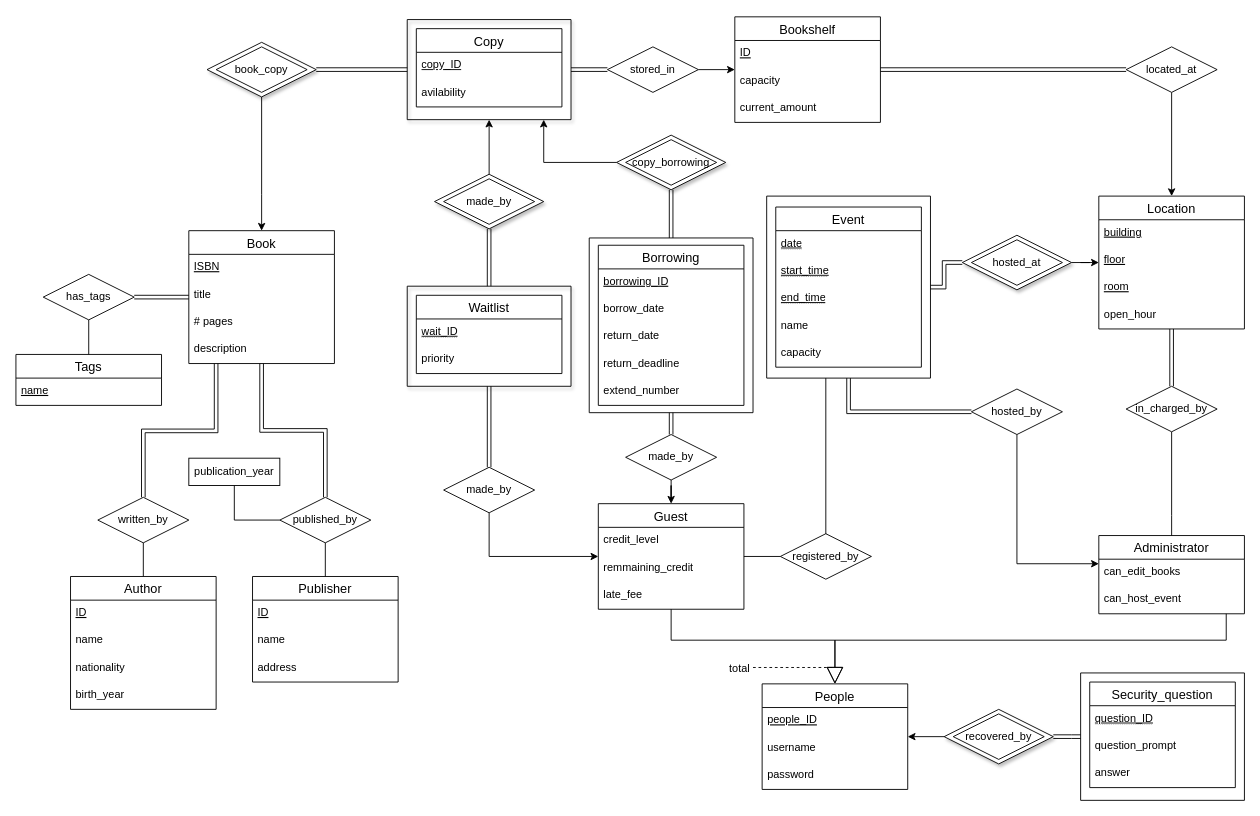
The draw.io diagram schema/er_diagram/ER_diagram_draft.drawio in Kassaking7/eLibraryManagementSystem, before the edit. Source tidied: cells renumbered, new cells numbered last; positions are measured from the earlier drawing's top-left corner, leaving out a move shared by most shapes. Both pictures are drawn from the tidied source at 91%, with x=0, y=0 at pixel (15, 16).
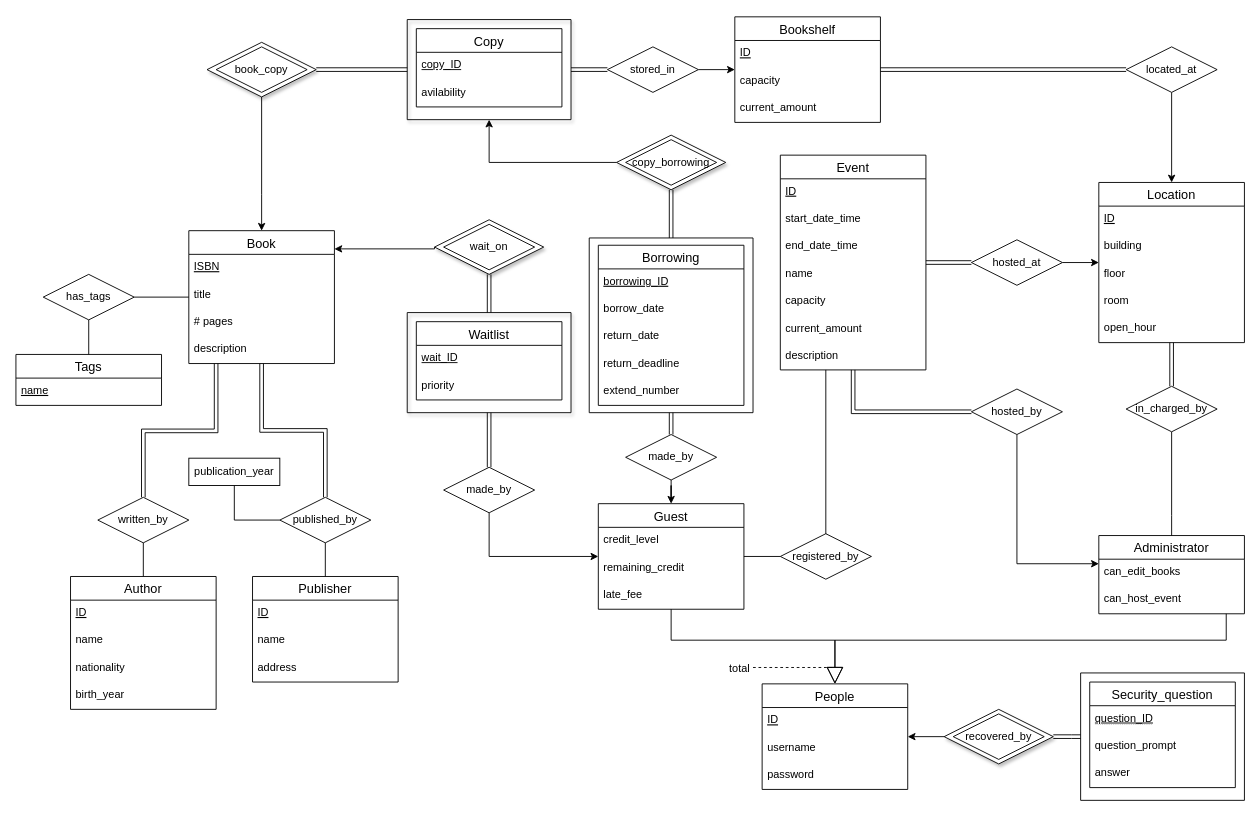
Above is the later version.

Unchanged cells that the change refers to:
```xml
<mxCell id="3" style="rhombus;whiteSpace=wrap;html=1;shadow=1;" parent="1" vertex="1">
  <mxGeometry x="660" y="130" width="120" height="60" as="geometry" />
</mxCell>
<mxCell id="4" value="Book" style="swimlane;fontStyle=0;horizontal=1;startSize=26;align=center;fontSize=14;" parent="1" vertex="1">
  <mxGeometry x="190" y="235" width="160" height="146" as="geometry" />
</mxCell>
<mxCell id="37" value="Guest" style="swimlane;fontStyle=0;horizontal=1;startSize=26;align=center;fontSize=14;" parent="1" vertex="1">
  <mxGeometry x="640" y="535" width="160" height="116" as="geometry" />
</mxCell>
<mxCell id="41" value="People" style="swimlane;fontStyle=0;horizontal=1;startSize=26;align=center;fontSize=14;" parent="1" vertex="1">
  <mxGeometry x="820" y="733" width="160" height="116" as="geometry" />
</mxCell>
<mxCell id="66" value="has_tags" style="rhombus;whiteSpace=wrap;html=1;" parent="1" vertex="1">
  <mxGeometry x="30" y="283" width="100" height="50" as="geometry" />
</mxCell>
<mxCell id="72" style="swimlane;startSize=0;shadow=1;" parent="1" vertex="1">
  <mxGeometry x="430" y="3" width="180" height="110" as="geometry" />
</mxCell>
<mxCell id="92" value="hosted_at" style="rhombus;whiteSpace=wrap;html=1;" parent="1" vertex="1">
  <mxGeometry x="1050" y="245" width="100" height="50" as="geometry" />
</mxCell>
<mxCell id="95" value="hosted_by" style="rhombus;whiteSpace=wrap;html=1;" parent="1" vertex="1">
  <mxGeometry x="1050" y="409" width="100" height="50" as="geometry" />
</mxCell>
<mxCell id="98" value="registered_by" style="rhombus;whiteSpace=wrap;html=1;" parent="1" vertex="1">
  <mxGeometry x="840" y="568" width="100" height="50" as="geometry" />
</mxCell>
```

What changed in the source:
```diff
@@
     <mxCell id="2" style="rhombus;whiteSpace=wrap;html=1;shadow=1;" parent="1" vertex="1">
-      <mxGeometry x="460" y="173" width="120" height="60" as="geometry" />
+      <mxGeometry x="460" y="223" width="120" height="60" as="geometry" />
     </mxCell>
@@
     <mxCell id="13" value="Location" style="swimlane;fontStyle=0;horizontal=1;startSize=26;align=center;fontSize=14;" parent="1" vertex="1">
-      <mxGeometry x="1190" y="197" width="160" height="146" as="geometry" />
+      <mxGeometry x="1190" y="182" width="160" height="176" as="geometry" />
     </mxCell>
-    <mxCell id="14" value="building" style="text;strokeColor=none;fillColor=none;spacingLeft=4;spacingRight=4;overflow=hidden;fontSize=12;fontStyle=4;" parent="13" vertex="1">
+    <mxCell id="14" value="ID" style="text;strokeColor=none;fillColor=none;spacingLeft=4;spacingRight=4;overflow=hidden;fontSize=12;fontStyle=4;" parent="13" vertex="1">
       <mxGeometry y="26" width="160" height="30" as="geometry" />
     </mxCell>
+    <mxCell id="121" value="building" style="text;strokeColor=none;fillColor=none;spacingLeft=4;spacingRight=4;overflow=hidden;fontSize=12;fontStyle=0;" parent="13" vertex="1">
+      <mxGeometry y="56" width="160" height="30" as="geometry" />
+    </mxCell>
-    <mxCell id="15" value="floor" style="text;strokeColor=none;fillColor=none;spacingLeft=4;spacingRight=4;overflow=hidden;fontSize=12;fontStyle=4;" parent="13" vertex="1">
-      <mxGeometry y="56" width="160" height="30" as="geometry" />
+    <mxCell id="15" value="floor" style="text;strokeColor=none;fillColor=none;spacingLeft=4;spacingRight=4;overflow=hidden;fontSize=12;fontStyle=0;" parent="13" vertex="1">
+      <mxGeometry y="86" width="160" height="30" as="geometry" />
     </mxCell>
-    <mxCell id="16" value="room" style="text;strokeColor=none;fillColor=none;spacingLeft=4;spacingRight=4;overflow=hidden;fontSize=12;fontStyle=4;" parent="13" vertex="1">
-      <mxGeometry y="86" width="160" height="30" as="geometry" />
+    <mxCell id="16" value="room" style="text;strokeColor=none;fillColor=none;spacingLeft=4;spacingRight=4;overflow=hidden;fontSize=12;fontStyle=0;" parent="13" vertex="1">
+      <mxGeometry y="116" width="160" height="30" as="geometry" />
     </mxCell>
     <mxCell id="17" value="open_hour" style="text;strokeColor=none;fillColor=none;spacingLeft=4;spacingRight=4;overflow=hidden;fontSize=12;fontStyle=0;" parent="13" vertex="1">
-      <mxGeometry y="116" width="160" height="30" as="geometry" />
+      <mxGeometry y="146" width="160" height="30" as="geometry" />
     </mxCell>
@@
-    <mxCell id="39" value="remmaining_credit" style="text;strokeColor=none;fillColor=none;spacingLeft=4;spacingRight=4;overflow=hidden;fontSize=12;" parent="37" vertex="1">
+    <mxCell id="39" value="remaining_credit" style="text;strokeColor=none;fillColor=none;spacingLeft=4;spacingRight=4;overflow=hidden;fontSize=12;" parent="37" vertex="1">
       <mxGeometry y="56" width="160" height="30" as="geometry" />
     </mxCell>
@@
-    <mxCell id="42" value="people_ID" style="text;strokeColor=none;fillColor=none;spacingLeft=4;spacingRight=4;overflow=hidden;fontSize=12;fontStyle=4;" parent="41" vertex="1">
+    <mxCell id="42" value="ID" style="text;strokeColor=none;fillColor=none;spacingLeft=4;spacingRight=4;overflow=hidden;fontSize=12;fontStyle=4;" parent="41" vertex="1">
       <mxGeometry y="26" width="160" height="30" as="geometry" />
     </mxCell>
@@
     <mxCell id="63" style="endArrow=none;html=1;rounded=0;edgeStyle=orthogonalEdgeStyle;startArrow=classic;startFill=1;" parent="1" edge="1" source="72" target="3">
       <mxGeometry relative="1" as="geometry">
         <Array as="points">
-          <mxPoint x="580" y="160" />
+          <mxPoint x="520" y="160" />
         </Array>
       </mxGeometry>
     </mxCell>
@@
-    <mxCell id="67" style="endArrow=none;html=1;rounded=0;shape=link;edgeStyle=orthogonalEdgeStyle;" parent="1" edge="1" source="4" target="66">
+    <mxCell id="67" style="endArrow=none;html=1;rounded=0;edgeStyle=orthogonalEdgeStyle;" parent="1" edge="1" source="4" target="66">
       <mxGeometry relative="1" as="geometry" />
     </mxCell>
@@
-    <mxCell id="82" style="swimlane;startSize=0;" parent="1" vertex="1">
-      <mxGeometry x="825" y="197" width="180" height="200" as="geometry" />
-    </mxCell>
-    <mxCell id="83" value="Event" style="swimlane;fontStyle=0;horizontal=1;startSize=26;align=center;fontSize=14;" parent="82" vertex="1">
-      <mxGeometry x="10" y="12" width="160" height="176" as="geometry" />
-    </mxCell>
-    <mxCell id="84" value="&lt;u style=&quot;text-decoration:underline dotted;text-underline-position:under&quot;&gt;date&lt;/u&gt;" style="text;strokeColor=none;fillColor=none;spacingLeft=4;spacingRight=4;overflow=hidden;fontSize=12;fontStyle=4;html=1;" parent="83" vertex="1">
-      <mxGeometry y="26" width="160" height="30" as="geometry" />
-    </mxCell>
-    <mxCell id="85" value="&lt;u style=&quot;text-decoration:underline dotted;text-underline-position:under&quot;&gt;start_time&lt;/u&gt;" style="text;strokeColor=none;fillColor=none;spacingLeft=4;spacingRight=4;overflow=hidden;fontSize=12;fontStyle=4;html=1;" parent="83" vertex="1">
-      <mxGeometry y="56" width="160" height="30" as="geometry" />
-    </mxCell>
-    <mxCell id="86" value="&lt;u style=&quot;text-decoration:underline dotted;text-underline-position:under&quot;&gt;end_time&lt;/u&gt;" style="text;strokeColor=none;fillColor=none;spacingLeft=4;spacingRight=4;overflow=hidden;fontSize=12;fontStyle=4;html=1;" parent="83" vertex="1">
-      <mxGeometry y="86" width="160" height="30" as="geometry" />
-    </mxCell>
-    <mxCell id="87" value="name" style="text;strokeColor=none;fillColor=none;spacingLeft=4;spacingRight=4;overflow=hidden;fontSize=12;fontStyle=0;" parent="83" vertex="1">
-      <mxGeometry y="116" width="160" height="30" as="geometry" />
-    </mxCell>
-    <mxCell id="88" value="capacity" style="text;strokeColor=none;fillColor=none;spacingLeft=4;spacingRight=4;overflow=hidden;fontSize=12;fontStyle=0;" parent="83" vertex="1">
-      <mxGeometry y="146" width="160" height="30" as="geometry" />
-    </mxCell>
-    <mxCell id="89" style="edgeStyle=orthogonalEdgeStyle;shape=link;rounded=0;jettySize=auto;html=1;exitX=0;exitY=0.5;exitDx=0;exitDy=0;endArrow=classic;endFill=1;" parent="1" edge="1" source="91" target="82">
+    <mxCell id="89" style="edgeStyle=orthogonalEdgeStyle;shape=link;rounded=0;jettySize=auto;html=1;exitX=0;exitY=0.5;exitDx=0;exitDy=0;endArrow=classic;endFill=1;" parent="1" edge="1" source="92" target="83">
       <mxGeometry relative="1" as="geometry" />
     </mxCell>
-    <mxCell id="90" style="edgeStyle=orthogonalEdgeStyle;rounded=0;jettySize=auto;html=1;endArrow=classic;endFill=1;" parent="1" edge="1" source="91" target="13">
+    <mxCell id="90" style="edgeStyle=orthogonalEdgeStyle;rounded=0;jettySize=auto;html=1;endArrow=classic;endFill=1;exitX=1;exitY=0.5;exitDx=0;exitDy=0;" parent="1" edge="1" source="92" target="13">
       <mxGeometry relative="1" as="geometry" />
     </mxCell>
-    <mxCell id="91" style="rhombus;whiteSpace=wrap;html=1;shadow=1;" parent="1" vertex="1">
-      <mxGeometry x="1040" y="240" width="120" height="60" as="geometry" />
-    </mxCell>
@@
-    <mxCell id="94" style="edgeStyle=orthogonalEdgeStyle;rounded=0;jettySize=auto;html=1;exitX=0;exitY=0.5;exitDx=0;exitDy=0;endArrow=classic;endFill=1;shape=link;" parent="1" edge="1" source="95" target="82">
+    <mxCell id="94" style="edgeStyle=orthogonalEdgeStyle;rounded=0;jettySize=auto;html=1;exitX=0;exitY=0.5;exitDx=0;exitDy=0;endArrow=classic;endFill=1;shape=link;" parent="1" edge="1" source="95" target="83">
       <mxGeometry relative="1" as="geometry" />
     </mxCell>
@@
-    <mxCell id="97" style="edgeStyle=orthogonalEdgeStyle;rounded=0;jettySize=auto;html=1;exitX=1;exitY=0.5;exitDx=0;exitDy=0;endArrow=none;endFill=0;" parent="1" edge="1" source="98" target="82">
+    <mxCell id="97" style="edgeStyle=orthogonalEdgeStyle;rounded=0;jettySize=auto;html=1;exitX=1;exitY=0.5;exitDx=0;exitDy=0;endArrow=none;endFill=0;" parent="1" edge="1" source="98" target="83">
       <mxGeometry relative="1" as="geometry">
         <Array as="points">
           <mxPoint x="890" y="593" />
         </Array>
       </mxGeometry>
     </mxCell>
@@
     <mxCell id="108" value="Waitlist" style="swimlane;fontStyle=0;horizontal=1;startSize=26;align=center;fontSize=14;" parent="1" vertex="1">
-      <mxGeometry x="440" y="306" width="160" height="86" as="geometry" />
+      <mxGeometry x="440" y="335" width="160" height="86" as="geometry" />
     </mxCell>
@@
     <mxCell id="111" style="swimlane;startSize=0;shadow=1;" parent="1" vertex="1">
-      <mxGeometry x="430" y="296" width="180" height="110" as="geometry" />
+      <mxGeometry x="430" y="325" width="180" height="110" as="geometry" />
     </mxCell>
@@
-    <mxCell id="116" style="edgeStyle=orthogonalEdgeStyle;rounded=0;jettySize=auto;html=1;" parent="1" edge="1" source="2" target="72">
-      <mxGeometry relative="1" as="geometry" />
+    <mxCell id="116" style="edgeStyle=orthogonalEdgeStyle;rounded=0;jettySize=auto;html=1;exitX=0;exitY=0.5;exitDx=0;exitDy=0;" parent="1" edge="1" source="2" target="4">
+      <mxGeometry relative="1" as="geometry">
+        <Array as="points">
+          <mxPoint x="460" y="255" />
+        </Array>
+      </mxGeometry>
     </mxCell>
-    <mxCell id="117" value="made_by" style="rhombus;whiteSpace=wrap;html=1;" parent="1" vertex="1">
-      <mxGeometry x="470" y="178" width="100" height="50" as="geometry" />
+    <mxCell id="117" value="wait_on" style="rhombus;whiteSpace=wrap;html=1;" parent="1" vertex="1">
+      <mxGeometry x="470" y="228" width="100" height="50" as="geometry" />
     </mxCell>
@@
+    <mxCell id="83" value="Event" style="swimlane;fontStyle=0;horizontal=1;startSize=26;align=center;fontSize=14;" parent="1" vertex="1">
+      <mxGeometry x="840" y="152" width="160" height="236" as="geometry" />
+    </mxCell>
+    <mxCell id="122" value="ID" style="text;strokeColor=none;fillColor=none;spacingLeft=4;spacingRight=4;overflow=hidden;fontSize=12;fontStyle=4;" parent="83" vertex="1">
+      <mxGeometry y="26" width="160" height="30" as="geometry" />
+    </mxCell>
+    <mxCell id="123" value="start_date_time" style="text;strokeColor=none;fillColor=none;spacingLeft=4;spacingRight=4;overflow=hidden;fontSize=12;fontStyle=0;" parent="83" vertex="1">
+      <mxGeometry y="56" width="160" height="30" as="geometry" />
+    </mxCell>
+    <mxCell id="124" value="end_date_time" style="text;strokeColor=none;fillColor=none;spacingLeft=4;spacingRight=4;overflow=hidden;fontSize=12;fontStyle=0;" parent="83" vertex="1">
+      <mxGeometry y="86" width="160" height="30" as="geometry" />
+    </mxCell>
+    <mxCell id="87" value="name" style="text;strokeColor=none;fillColor=none;spacingLeft=4;spacingRight=4;overflow=hidden;fontSize=12;fontStyle=0;" parent="83" vertex="1">
+      <mxGeometry y="116" width="160" height="30" as="geometry" />
+    </mxCell>
+    <mxCell id="88" value="capacity" style="text;strokeColor=none;fillColor=none;spacingLeft=4;spacingRight=4;overflow=hidden;fontSize=12;fontStyle=0;" parent="83" vertex="1">
+      <mxGeometry y="146" width="160" height="30" as="geometry" />
+    </mxCell>
+    <mxCell id="125" value="current_amount" style="text;strokeColor=none;fillColor=none;align=left;verticalAlign=middle;spacingLeft=4;spacingRight=4;overflow=hidden;whiteSpace=wrap;html=1;" parent="83" vertex="1">
+      <mxGeometry y="176" width="160" height="30" as="geometry" />
+    </mxCell>
+    <mxCell id="126" value="description" style="text;strokeColor=none;fillColor=none;spacingLeft=4;spacingRight=4;overflow=hidden;fontSize=12;fontStyle=0;" parent="83" vertex="1">
+      <mxGeometry y="206" width="160" height="30" as="geometry" />
+    </mxCell>
```
